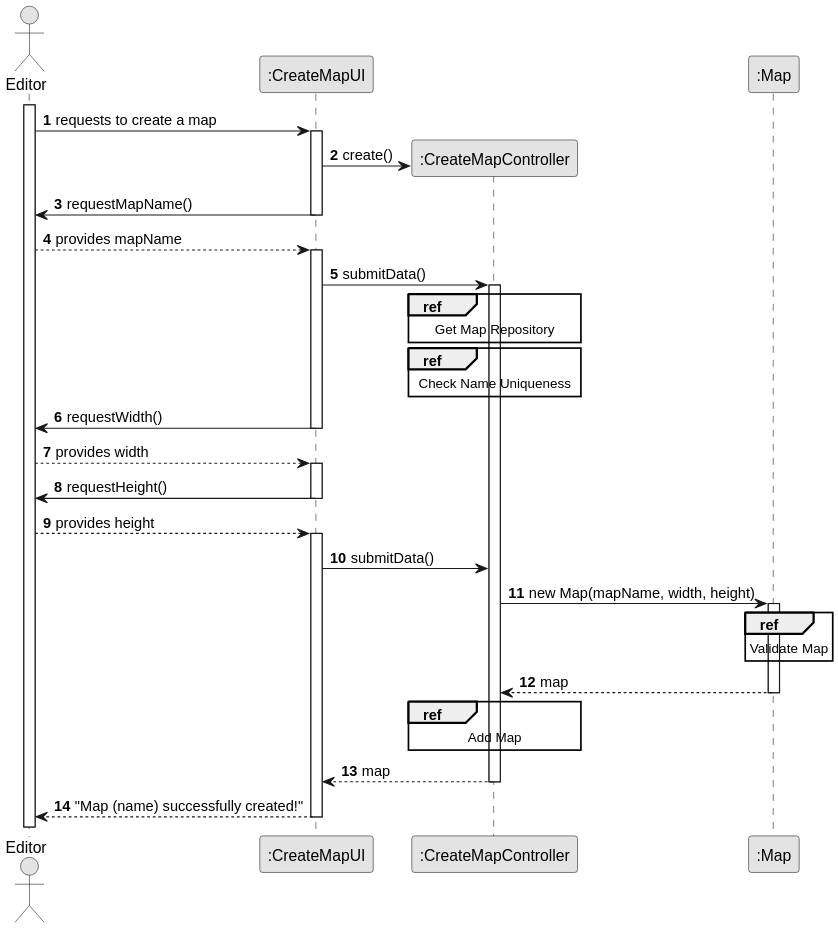
The PlantUML diagram docs/sprint3/us001/03.design/svg/us001-sd-split.svg in ivasduarte/all-aboard, before a commit.
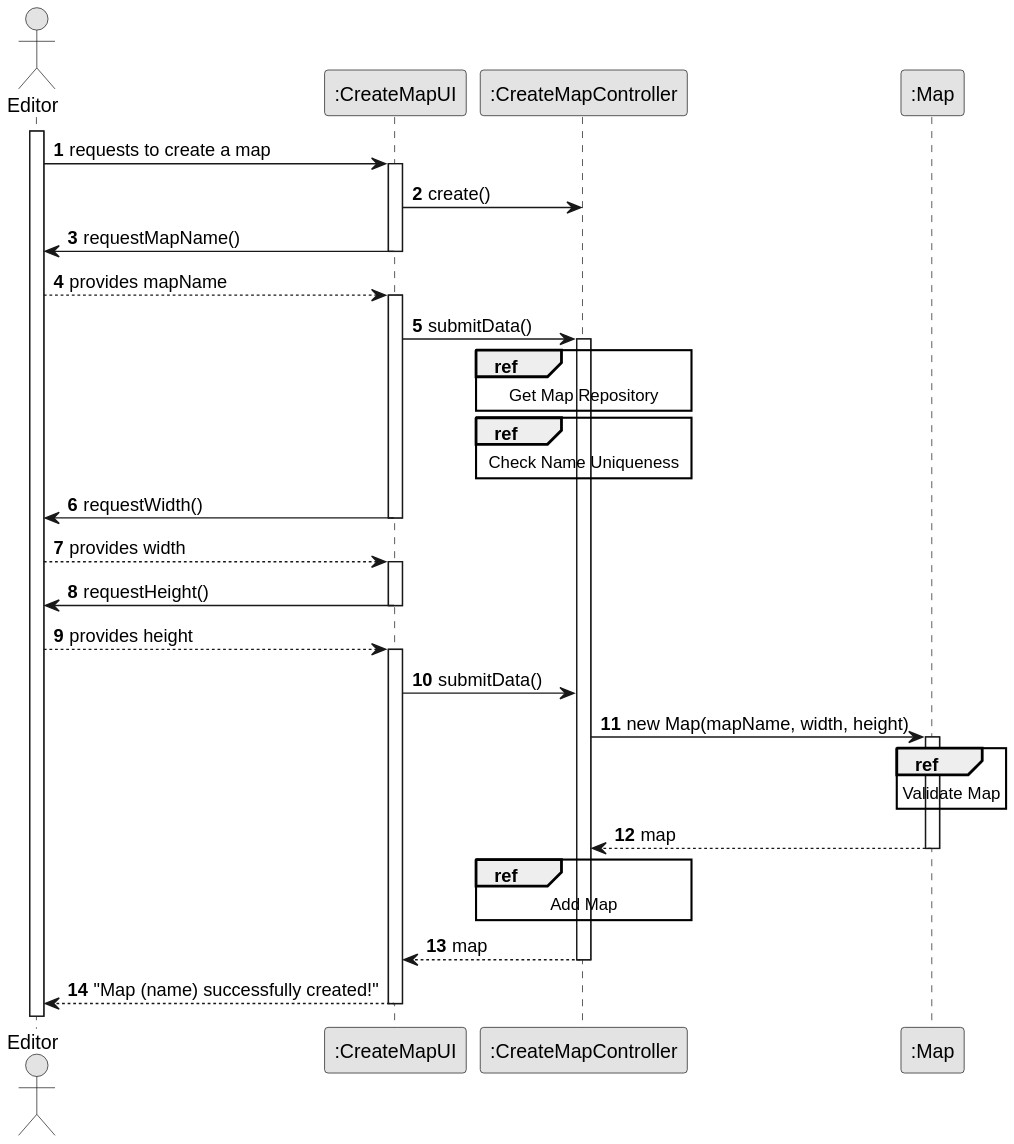
After the commit.

Change to the diagram source:
```diff
@@ -16,7 +16,7 @@
 
 
 activate UI
-UI -> ctrl** : create()
+UI -> ctrl : create()
 
 UI -> Editor : requestMapName()
 deactivate UI
```
